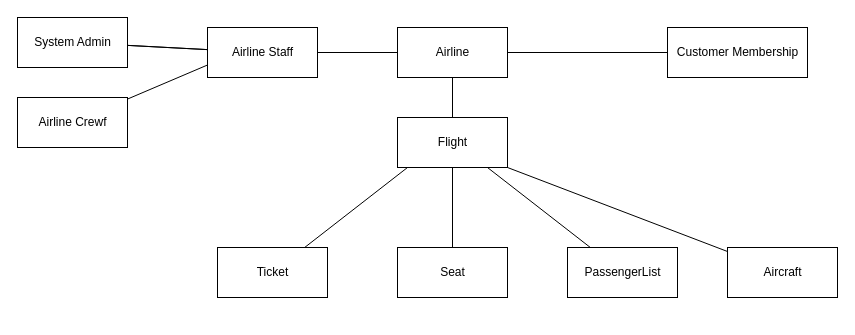
ESDiep/FlightReservationProject keeps this draw.io diagram as P2_Domain_Diagram/domain.drawio. Above is the earlier version. Source tidied: cells renumbered, new cells numbered last; positions are measured from the earlier drawing's top-left corner, leaving out a move shared by most shapes. Both pictures are drawn from the tidied source at 100%, with x=0, y=0 at pixel (17, 17).
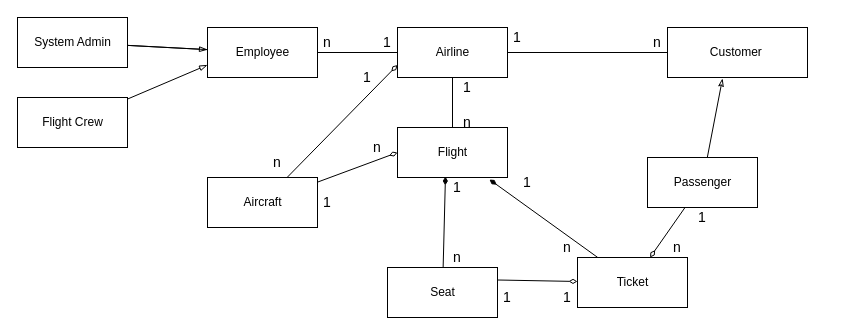
After the change.

Unchanged cells that the change refers to:
```xml
<mxCell id="5" value="Airline" style="html=1;" parent="1" vertex="1">
  <mxGeometry x="380" y="10" width="110" height="50" as="geometry" />
</mxCell>
<mxCell id="14" value="System Admin" style="html=1;" parent="1" vertex="1">
  <mxGeometry width="110" height="50" as="geometry" />
</mxCell>
```

What changed in the source:
```diff
@@
-    <mxCell id="6" style="edgeStyle=none;html=1;endArrow=none;endFill=0;" parent="1" edge="1" source="7">
-      <mxGeometry relative="1" as="geometry">
-        <mxPoint x="435" y="230" as="targetPoint" />
-      </mxGeometry>
-    </mxCell>
     <mxCell id="7" value="Flight" style="html=1;" parent="1" vertex="1">
-      <mxGeometry x="380" y="100" width="110" height="50" as="geometry" />
+      <mxGeometry x="380" y="110" width="110" height="50" as="geometry" />
     </mxCell>
+    <mxCell id="22" style="edgeStyle=none;html=1;entryX=0.436;entryY=0.98;entryDx=0;entryDy=0;entryPerimeter=0;endArrow=diamondThin;endFill=1;" parent="1" edge="1" source="8" target="7">
+      <mxGeometry relative="1" as="geometry" />
+    </mxCell>
     <mxCell id="8" value="Seat" style="html=1;" parent="1" vertex="1">
-      <mxGeometry x="380" y="230" width="110" height="50" as="geometry" />
+      <mxGeometry x="370" y="250" width="110" height="50" as="geometry" />
     </mxCell>
+    <mxCell id="23" style="edgeStyle=none;html=1;endArrow=none;endFill=0;startArrow=diamondThin;startFill=0;" parent="1" edge="1" source="10" target="19">
+      <mxGeometry relative="1" as="geometry" />
+    </mxCell>
-    <mxCell id="9" style="edgeStyle=none;html=1;entryX=0.091;entryY=1;entryDx=0;entryDy=0;entryPerimeter=0;endArrow=none;endFill=0;" parent="1" edge="1" source="10" target="7">
+    <mxCell id="9" style="edgeStyle=none;html=1;entryX=0.836;entryY=1.04;entryDx=0;entryDy=0;entryPerimeter=0;endArrow=diamondThin;endFill=1;" parent="1" edge="1" source="10" target="7">
       <mxGeometry relative="1" as="geometry" />
     </mxCell>
+    <mxCell id="24" style="edgeStyle=none;html=1;entryX=1;entryY=0.25;entryDx=0;entryDy=0;fontSize=14;startArrow=diamondThin;startFill=0;endArrow=none;endFill=0;" parent="1" edge="1" source="10" target="8">
+      <mxGeometry relative="1" as="geometry" />
+    </mxCell>
     <mxCell id="10" value="Ticket" style="html=1;" parent="1" vertex="1">
-      <mxGeometry x="200" y="230" width="110" height="50" as="geometry" />
+      <mxGeometry x="560" y="240" width="110" height="50" as="geometry" />
     </mxCell>
@@
-    <mxCell id="12" style="edgeStyle=none;html=1;endArrow=none;endFill=0;" parent="1" edge="1" source="13" target="14">
+    <mxCell id="12" style="edgeStyle=none;html=1;endArrow=none;endFill=0;startArrow=blockThin;startFill=0;" parent="1" edge="1" source="13" target="14">
       <mxGeometry relative="1" as="geometry" />
     </mxCell>
-    <mxCell id="13" value="Airline Staff" style="html=1;" parent="1" vertex="1">
+    <mxCell id="13" value="Employee" style="html=1;" parent="1" vertex="1">
       <mxGeometry x="190" y="10" width="110" height="50" as="geometry" />
     </mxCell>
@@
-    <mxCell id="15" style="edgeStyle=none;html=1;entryX=0;entryY=0.75;entryDx=0;entryDy=0;endArrow=none;endFill=0;" parent="1" edge="1" source="16" target="13">
+    <mxCell id="15" style="edgeStyle=none;html=1;entryX=0;entryY=0.75;entryDx=0;entryDy=0;endArrow=blockThin;endFill=0;" parent="1" edge="1" source="16" target="13">
       <mxGeometry relative="1" as="geometry" />
     </mxCell>
-    <mxCell id="16" value="Airline Crewf" style="html=1;" parent="1" vertex="1">
+    <mxCell id="16" value="Flight Crew" style="html=1;" parent="1" vertex="1">
       <mxGeometry y="80" width="110" height="50" as="geometry" />
     </mxCell>
-    <mxCell id="17" value="Customer Membership" style="html=1;" parent="1" vertex="1">
+    <mxCell id="17" value="Customer&amp;nbsp;" style="html=1;" parent="1" vertex="1">
       <mxGeometry x="650" y="10" width="140" height="50" as="geometry" />
     </mxCell>
-    <mxCell id="18" style="edgeStyle=none;html=1;entryX=0.818;entryY=1;entryDx=0;entryDy=0;entryPerimeter=0;endArrow=none;endFill=0;" parent="1" edge="1" source="19" target="7">
-      <mxGeometry relative="1" as="geometry" />
-    </mxCell>
+    <mxCell id="25" style="edgeStyle=none;html=1;entryX=0.393;entryY=1.02;entryDx=0;entryDy=0;entryPerimeter=0;startArrow=none;startFill=0;endArrow=classicThin;endFill=0;" parent="1" edge="1" source="19" target="17">
+      <mxGeometry relative="1" as="geometry" />
+    </mxCell>
-    <mxCell id="19" value="PassengerList" style="html=1;" parent="1" vertex="1">
-      <mxGeometry x="550" y="230" width="110" height="50" as="geometry" />
+    <mxCell id="19" value="Passenger" style="html=1;" parent="1" vertex="1">
+      <mxGeometry x="630" y="140" width="110" height="50" as="geometry" />
     </mxCell>
+    <mxCell id="26" style="edgeStyle=none;html=1;entryX=0;entryY=0.75;entryDx=0;entryDy=0;endArrow=diamondThin;endFill=0;" parent="1" edge="1" source="21" target="5">
+      <mxGeometry relative="1" as="geometry" />
+    </mxCell>
-    <mxCell id="20" style="edgeStyle=none;html=1;entryX=1;entryY=1;entryDx=0;entryDy=0;endArrow=none;endFill=0;" parent="1" edge="1" source="21" target="7">
+    <mxCell id="20" style="edgeStyle=none;html=1;entryX=0;entryY=0.5;entryDx=0;entryDy=0;fontSize=14;startArrow=none;startFill=0;endArrow=diamondThin;endFill=0;" parent="1" edge="1" source="21" target="7">
       <mxGeometry relative="1" as="geometry" />
     </mxCell>
     <mxCell id="21" value="Aircraft" style="html=1;" parent="1" vertex="1">
-      <mxGeometry x="710" y="230" width="110" height="50" as="geometry" />
+      <mxGeometry x="190" y="160" width="110" height="50" as="geometry" />
     </mxCell>
+    <mxCell id="27" value="&lt;font style=&quot;font-size: 14px;&quot;&gt;1&lt;/font&gt;" style="text;strokeColor=none;align=center;fillColor=none;html=1;verticalAlign=middle;whiteSpace=wrap;rounded=0;" parent="1" vertex="1">
+      <mxGeometry x="410" y="160" width="60" height="20" as="geometry" />
+    </mxCell>
+    <mxCell id="28" value="&lt;font style=&quot;font-size: 14px;&quot;&gt;n&lt;/font&gt;" style="text;strokeColor=none;align=center;fillColor=none;html=1;verticalAlign=middle;whiteSpace=wrap;rounded=0;" parent="1" vertex="1">
+      <mxGeometry x="410" y="230" width="60" height="20" as="geometry" />
+    </mxCell>
+    <mxCell id="29" value="&lt;font style=&quot;font-size: 14px;&quot;&gt;1&lt;/font&gt;" style="text;strokeColor=none;align=center;fillColor=none;html=1;verticalAlign=middle;whiteSpace=wrap;rounded=0;" parent="1" vertex="1">
+      <mxGeometry x="480" y="155" width="60" height="20" as="geometry" />
+    </mxCell>
+    <mxCell id="30" value="&lt;font style=&quot;font-size: 14px;&quot;&gt;1&lt;/font&gt;" style="text;strokeColor=none;align=center;fillColor=none;html=1;verticalAlign=middle;whiteSpace=wrap;rounded=0;" parent="1" vertex="1">
+      <mxGeometry x="420" y="60" width="60" height="20" as="geometry" />
+    </mxCell>
+    <mxCell id="31" value="&lt;font style=&quot;font-size: 14px;&quot;&gt;n&lt;/font&gt;" style="text;strokeColor=none;align=center;fillColor=none;html=1;verticalAlign=middle;whiteSpace=wrap;rounded=0;" parent="1" vertex="1">
+      <mxGeometry x="420" y="95" width="60" height="20" as="geometry" />
+    </mxCell>
+    <mxCell id="32" value="&lt;font style=&quot;font-size: 14px;&quot;&gt;n&lt;/font&gt;" style="text;strokeColor=none;align=center;fillColor=none;html=1;verticalAlign=middle;whiteSpace=wrap;rounded=0;" parent="1" vertex="1">
+      <mxGeometry x="610" y="15" width="60" height="20" as="geometry" />
+    </mxCell>
+    <mxCell id="33" value="&lt;font style=&quot;font-size: 14px;&quot;&gt;1&lt;/font&gt;" style="text;strokeColor=none;align=center;fillColor=none;html=1;verticalAlign=middle;whiteSpace=wrap;rounded=0;" parent="1" vertex="1">
+      <mxGeometry x="470" y="10" width="60" height="20" as="geometry" />
+    </mxCell>
+    <mxCell id="34" value="&lt;font style=&quot;font-size: 14px;&quot;&gt;1&lt;/font&gt;" style="text;strokeColor=none;align=center;fillColor=none;html=1;verticalAlign=middle;whiteSpace=wrap;rounded=0;" parent="1" vertex="1">
+      <mxGeometry x="655" y="190" width="60" height="20" as="geometry" />
+    </mxCell>
+    <mxCell id="35" value="&lt;font style=&quot;font-size: 14px;&quot;&gt;n&lt;/font&gt;" style="text;strokeColor=none;align=center;fillColor=none;html=1;verticalAlign=middle;whiteSpace=wrap;rounded=0;" parent="1" vertex="1">
+      <mxGeometry x="630" y="220" width="60" height="20" as="geometry" />
+    </mxCell>
+    <mxCell id="36" value="&lt;font style=&quot;font-size: 14px;&quot;&gt;1&lt;/font&gt;" style="text;strokeColor=none;align=center;fillColor=none;html=1;verticalAlign=middle;whiteSpace=wrap;rounded=0;" parent="1" vertex="1">
+      <mxGeometry x="340" y="15" width="60" height="20" as="geometry" />
+    </mxCell>
+    <mxCell id="37" value="&lt;font style=&quot;font-size: 14px;&quot;&gt;n&lt;/font&gt;" style="text;strokeColor=none;align=center;fillColor=none;html=1;verticalAlign=middle;whiteSpace=wrap;rounded=0;" parent="1" vertex="1">
+      <mxGeometry x="230" y="135" width="60" height="20" as="geometry" />
+    </mxCell>
+    <mxCell id="38" value="&lt;font style=&quot;font-size: 14px;&quot;&gt;n&lt;/font&gt;" style="text;strokeColor=none;align=center;fillColor=none;html=1;verticalAlign=middle;whiteSpace=wrap;rounded=0;" parent="1" vertex="1">
+      <mxGeometry x="280" y="15" width="60" height="20" as="geometry" />
+    </mxCell>
+    <mxCell id="39" value="&lt;font style=&quot;font-size: 14px;&quot;&gt;1&lt;/font&gt;" style="text;strokeColor=none;align=center;fillColor=none;html=1;verticalAlign=middle;whiteSpace=wrap;rounded=0;" parent="1" vertex="1">
+      <mxGeometry x="320" y="50" width="60" height="20" as="geometry" />
+    </mxCell>
+    <mxCell id="40" value="&lt;font style=&quot;font-size: 14px;&quot;&gt;n&lt;/font&gt;" style="text;strokeColor=none;align=center;fillColor=none;html=1;verticalAlign=middle;whiteSpace=wrap;rounded=0;" parent="1" vertex="1">
+      <mxGeometry x="520" y="220" width="60" height="20" as="geometry" />
+    </mxCell>
+    <mxCell id="41" value="&lt;font style=&quot;font-size: 14px;&quot;&gt;1&lt;/font&gt;" style="text;strokeColor=none;align=center;fillColor=none;html=1;verticalAlign=middle;whiteSpace=wrap;rounded=0;" parent="1" vertex="1">
+      <mxGeometry x="460" y="270" width="60" height="20" as="geometry" />
+    </mxCell>
+    <mxCell id="42" value="&lt;font style=&quot;font-size: 14px;&quot;&gt;1&lt;/font&gt;" style="text;strokeColor=none;align=center;fillColor=none;html=1;verticalAlign=middle;whiteSpace=wrap;rounded=0;" parent="1" vertex="1">
+      <mxGeometry x="520" y="270" width="60" height="20" as="geometry" />
+    </mxCell>
+    <mxCell id="43" value="&lt;font style=&quot;font-size: 14px;&quot;&gt;1&lt;/font&gt;" style="text;strokeColor=none;align=center;fillColor=none;html=1;verticalAlign=middle;whiteSpace=wrap;rounded=0;" parent="1" vertex="1">
+      <mxGeometry x="290" y="170" width="40" height="30" as="geometry" />
+    </mxCell>
+    <mxCell id="44" value="&lt;font style=&quot;font-size: 14px;&quot;&gt;n&lt;/font&gt;" style="text;strokeColor=none;align=center;fillColor=none;html=1;verticalAlign=middle;whiteSpace=wrap;rounded=0;" parent="1" vertex="1">
+      <mxGeometry x="330" y="120" width="60" height="20" as="geometry" />
+    </mxCell>
```
